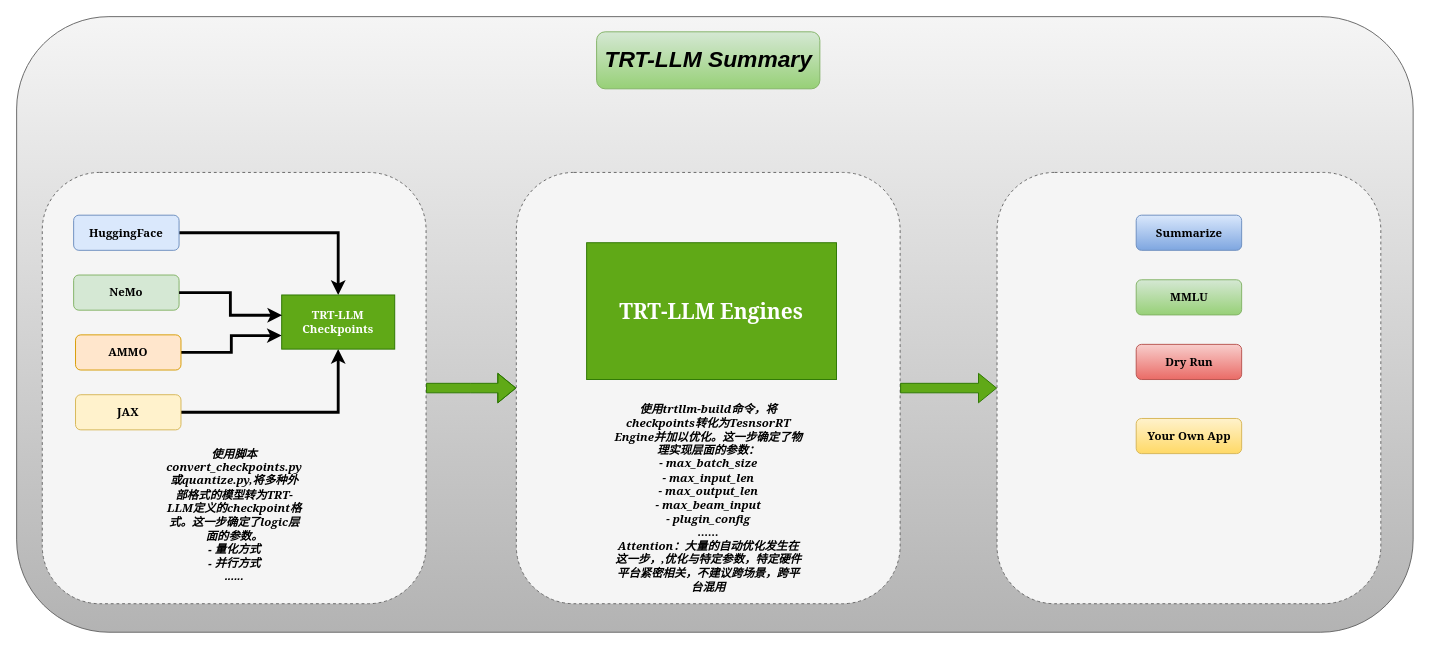
Before: LLM_TensorRT.drawio in Albertchamberlain/draw_io, a draw.io diagram. Source tidied: cells renumbered, new cells numbered last; positions are measured from the earlier drawing's top-left corner, leaving out a move shared by most shapes. Both pictures are drawn from the tidied source at 95%, with x=0, y=0 at pixel (16, 16).
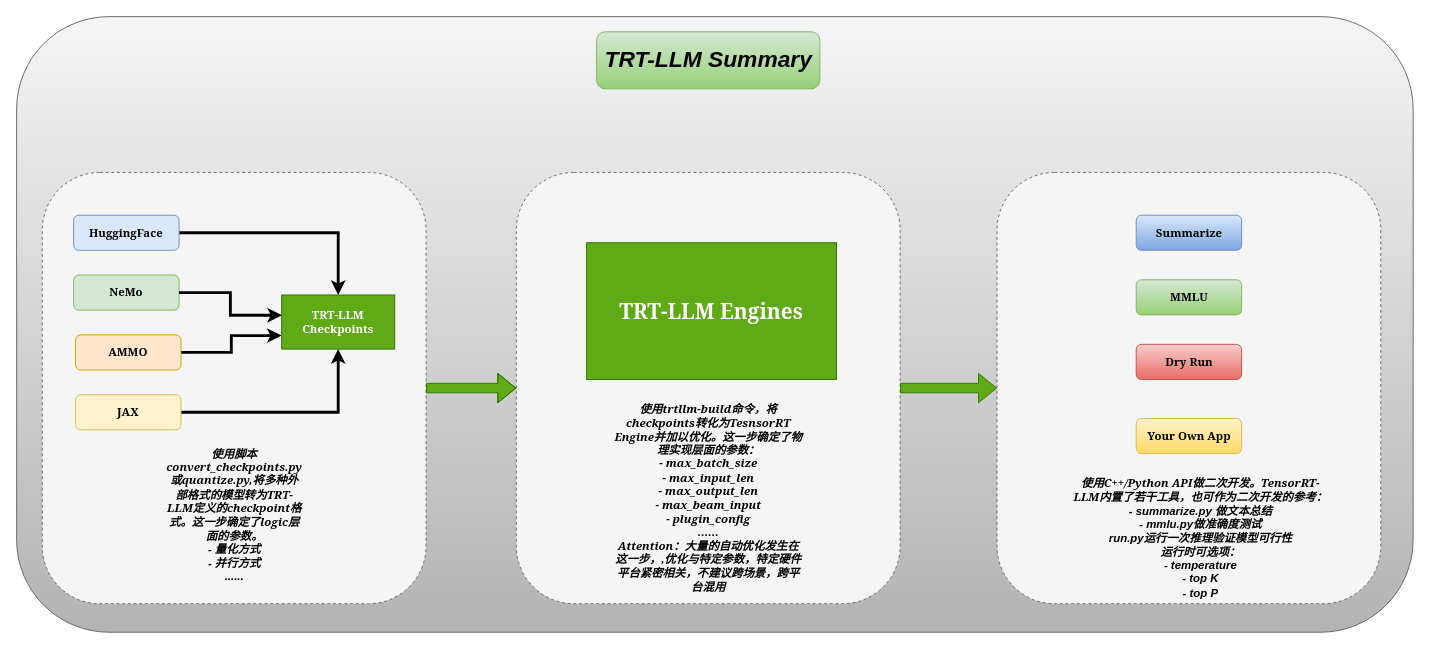
Above is the later version.

The edit, as a diff of the source:
```diff
@@
+    <mxCell id="25" value="&lt;b&gt;&lt;i&gt;&lt;font face=&quot;Georgia&quot;&gt;使用C++/Python API做二次开发。TensorRT-LLM内置了若干工具，也可作为二次开发的参考：&lt;/font&gt;&lt;/i&gt;&lt;/b&gt;&lt;div&gt;&lt;b&gt;&lt;i&gt;&lt;font face=&quot;gxJNCz7kMzl2N45EjSzo&quot;&gt;- summarize.py 做文本总结&lt;/font&gt;&lt;/i&gt;&lt;/b&gt;&lt;/div&gt;&lt;div&gt;&lt;b&gt;&lt;i&gt;&lt;font face=&quot;gxJNCz7kMzl2N45EjSzo&quot;&gt;- mmlu.py做准确度测试&lt;/font&gt;&lt;/i&gt;&lt;/b&gt;&lt;/div&gt;&lt;div&gt;&lt;b&gt;&lt;i&gt;&lt;font face=&quot;gxJNCz7kMzl2N45EjSzo&quot;&gt;run.py运行一次推理验证模型可行性&lt;/font&gt;&lt;/i&gt;&lt;/b&gt;&lt;/div&gt;&lt;div&gt;&lt;b&gt;&lt;i&gt;&lt;font face=&quot;gxJNCz7kMzl2N45EjSzo&quot;&gt;运行时可选项：&lt;/font&gt;&lt;/i&gt;&lt;/b&gt;&lt;/div&gt;&lt;div&gt;&lt;b&gt;&lt;i&gt;&lt;font face=&quot;gxJNCz7kMzl2N45EjSzo&quot;&gt;- temperature&lt;/font&gt;&lt;/i&gt;&lt;/b&gt;&lt;/div&gt;&lt;div&gt;&lt;b&gt;&lt;i&gt;&lt;font face=&quot;gxJNCz7kMzl2N45EjSzo&quot;&gt;- top K&lt;/font&gt;&lt;/i&gt;&lt;/b&gt;&lt;/div&gt;&lt;div&gt;&lt;b&gt;&lt;i&gt;&lt;font face=&quot;gxJNCz7kMzl2N45EjSzo&quot;&gt;- top P&lt;/font&gt;&lt;/i&gt;&lt;/b&gt;&lt;/div&gt;" style="text;html=1;align=center;verticalAlign=middle;whiteSpace=wrap;rounded=0;" parent="1" vertex="1">
+      <mxGeometry x="1110" y="534" width="273" height="30" as="geometry" />
+    </mxCell>
```
